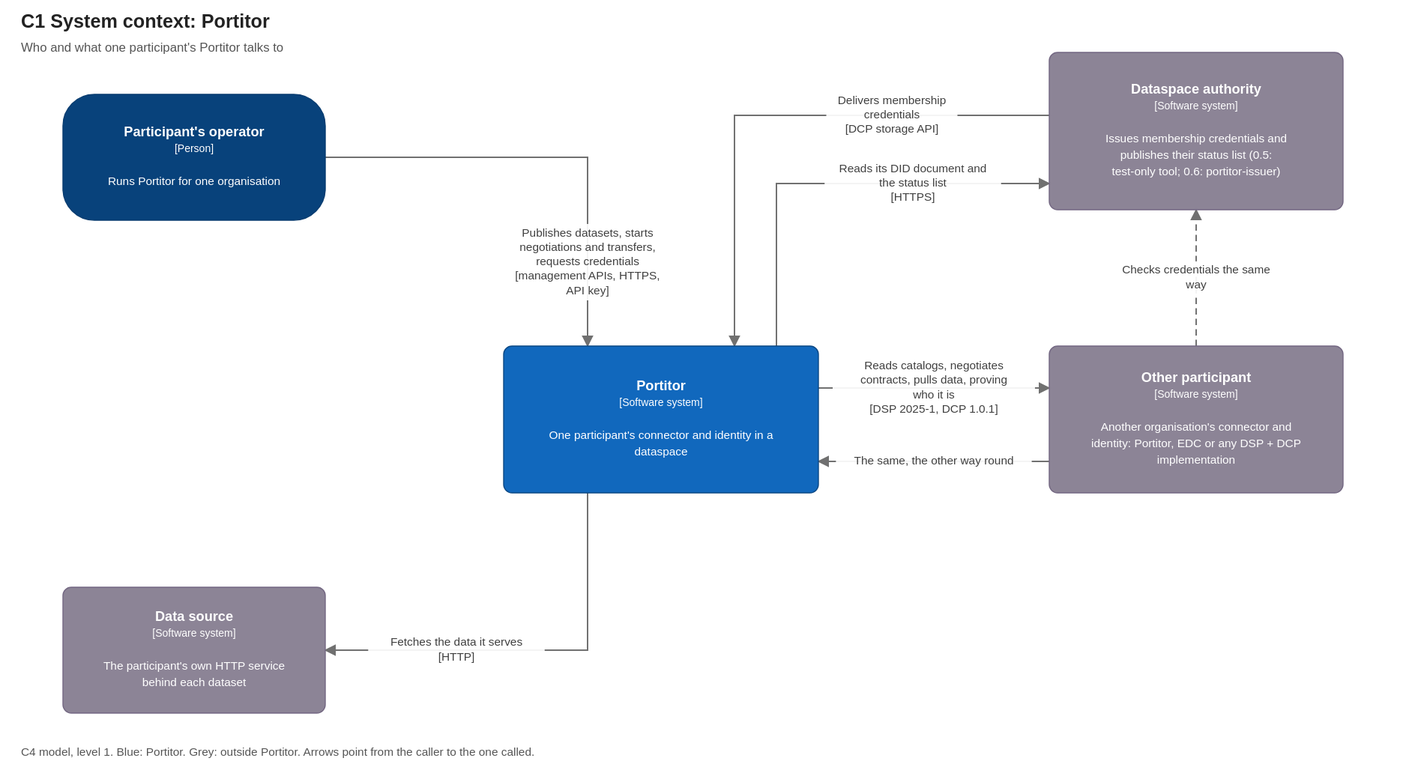
This is docs/diagrams/c1-system-context.drawio.svg from brunopacheco1/ldsc, a draw.io export, as it was before one commit. Source tidied: cells renumbered, new cells last; positions are measured from the earlier drawing's top-left corner, leaving out a move shared by most shapes. The source it was exported from:
```xml
<mxGraphModel background="#FFFFFF">
  <root>
    <mxCell id="0" />
    <mxCell id="1" parent="0" />
    <mxCell id="2" value="&lt;b&gt;Participant&amp;#x27;s operator&lt;/b&gt;&lt;br&gt;&lt;font style=&quot;font-size:10px&quot;&gt;[Person]&lt;/font&gt;&lt;br&gt;&lt;br&gt;&lt;font style=&quot;font-size:11px&quot;&gt;Runs Portitor for one organisation&lt;/font&gt;" style="rounded=1;arcSize=30;whiteSpace=wrap;html=1;fillColor=#08427B;strokeColor=#073B6F;fontColor=#FFFFFF;fontSize=13;align=center;verticalAlign=middle;c4Kind=person;c4Name=Participant's operator;" parent="1" vertex="1">
      <mxGeometry x="40" y="40" width="250" height="120" as="geometry" />
    </mxCell>
    <mxCell id="3" value="&lt;b&gt;Portitor&lt;/b&gt;&lt;br&gt;&lt;font style=&quot;font-size:10px&quot;&gt;[Software system]&lt;/font&gt;&lt;br&gt;&lt;br&gt;&lt;font style=&quot;font-size:11px&quot;&gt;One participant&amp;#x27;s connector and identity in a dataspace&lt;/font&gt;" style="rounded=1;arcSize=8;whiteSpace=wrap;html=1;fillColor=#1168BD;strokeColor=#0B4884;fontColor=#FFFFFF;fontSize=13;align=center;verticalAlign=middle;c4Kind=system;c4Name=Portitor;" parent="1" vertex="1">
      <mxGeometry x="460" y="280" width="300" height="140" as="geometry" />
    </mxCell>
    <mxCell id="4" value="&lt;b&gt;Data source&lt;/b&gt;&lt;br&gt;&lt;font style=&quot;font-size:10px&quot;&gt;[Software system]&lt;/font&gt;&lt;br&gt;&lt;br&gt;&lt;font style=&quot;font-size:11px&quot;&gt;The participant&amp;#x27;s own HTTP service behind each dataset&lt;/font&gt;" style="rounded=1;arcSize=8;whiteSpace=wrap;html=1;fillColor=#8C8496;strokeColor=#736782;fontColor=#FFFFFF;fontSize=13;align=center;verticalAlign=middle;c4Kind=external;c4Name=Data source;" parent="1" vertex="1">
      <mxGeometry x="40" y="510" width="250" height="120" as="geometry" />
    </mxCell>
    <mxCell id="5" value="&lt;b&gt;Other participant&lt;/b&gt;&lt;br&gt;&lt;font style=&quot;font-size:10px&quot;&gt;[Software system]&lt;/font&gt;&lt;br&gt;&lt;br&gt;&lt;font style=&quot;font-size:11px&quot;&gt;Another organisation&amp;#x27;s connector and identity: Portitor, EDC or any DSP + DCP implementation&lt;/font&gt;" style="rounded=1;arcSize=8;whiteSpace=wrap;html=1;fillColor=#8C8496;strokeColor=#736782;fontColor=#FFFFFF;fontSize=13;align=center;verticalAlign=middle;c4Kind=external;c4Name=Other participant;" parent="1" vertex="1">
      <mxGeometry x="980" y="280" width="280" height="140" as="geometry" />
    </mxCell>
    <mxCell id="6" value="&lt;b&gt;Dataspace authority&lt;/b&gt;&lt;br&gt;&lt;font style=&quot;font-size:10px&quot;&gt;[Software system]&lt;/font&gt;&lt;br&gt;&lt;br&gt;&lt;font style=&quot;font-size:11px&quot;&gt;Issues membership credentials and publishes their status list (0.5: test-only tool; 0.6: portitor-issuer)&lt;/font&gt;" style="rounded=1;arcSize=8;whiteSpace=wrap;html=1;fillColor=#8C8496;strokeColor=#736782;fontColor=#FFFFFF;fontSize=13;align=center;verticalAlign=middle;c4Kind=external;c4Name=Dataspace authority;" parent="1" vertex="1">
      <mxGeometry x="980" width="280" height="150" as="geometry" />
    </mxCell>
    <mxCell id="7" value="Publishes datasets, starts negotiations and transfers, requests credentials&#10;[management APIs, HTTPS, API key]" style="endArrow=blockThin;endFill=1;html=1;rounded=0;strokeColor=#707070;fontSize=11;fontColor=#404040;labelBackgroundColor=#FFFFFF;exitX=1.000;exitY=0.500;exitPerimeter=0;entryX=0.267;entryY=0.000;entryPerimeter=0;" parent="1" edge="1" source="2" target="3">
      <mxGeometry relative="1" as="geometry">
        <Array as="points">
          <mxPoint x="540" y="100" />
        </Array>
      </mxGeometry>
    </mxCell>
    <mxCell id="8" value="Delivers membership credentials&#10;[DCP storage API]" style="endArrow=blockThin;endFill=1;html=1;rounded=0;strokeColor=#707070;fontSize=11;fontColor=#404040;labelBackgroundColor=#FFFFFF;exitX=0.000;exitY=0.400;exitPerimeter=0;entryX=0.733;entryY=0.000;entryPerimeter=0;" parent="1" edge="1" source="6" target="3">
      <mxGeometry relative="1" as="geometry">
        <Array as="points">
          <mxPoint x="680" y="60" />
        </Array>
      </mxGeometry>
    </mxCell>
    <mxCell id="9" value="Reads its DID document and the status list&#10;[HTTPS]" style="endArrow=blockThin;endFill=1;html=1;rounded=0;strokeColor=#707070;fontSize=11;fontColor=#404040;labelBackgroundColor=#FFFFFF;exitX=0.867;exitY=0.000;exitPerimeter=0;entryX=0.000;entryY=0.833;entryPerimeter=0;" parent="1" edge="1" source="3" target="6">
      <mxGeometry relative="1" as="geometry">
        <Array as="points">
          <mxPoint x="720" y="125" />
        </Array>
      </mxGeometry>
    </mxCell>
    <mxCell id="10" value="Reads catalogs, negotiates contracts, pulls data, proving who it is&#10;[DSP 2025-1, DCP 1.0.1]" style="endArrow=blockThin;endFill=1;html=1;rounded=0;strokeColor=#707070;fontSize=11;fontColor=#404040;labelBackgroundColor=#FFFFFF;exitX=1.000;exitY=0.286;exitPerimeter=0;entryX=0.000;entryY=0.286;entryPerimeter=0;" parent="1" edge="1" source="3" target="5">
      <mxGeometry relative="1" as="geometry" />
    </mxCell>
    <mxCell id="11" value="The same, the other way round" style="endArrow=blockThin;endFill=1;html=1;rounded=0;strokeColor=#707070;fontSize=11;fontColor=#404040;labelBackgroundColor=#FFFFFF;exitX=0.000;exitY=0.786;exitPerimeter=0;entryX=1.000;entryY=0.786;entryPerimeter=0;" parent="1" edge="1" source="5" target="3">
      <mxGeometry relative="1" as="geometry" />
    </mxCell>
    <mxCell id="12" value="Fetches the data it serves&#10;[HTTP]" style="endArrow=blockThin;endFill=1;html=1;rounded=0;strokeColor=#707070;fontSize=11;fontColor=#404040;labelBackgroundColor=#FFFFFF;exitX=0.267;exitY=1.000;exitPerimeter=0;entryX=1.000;entryY=0.500;entryPerimeter=0;" parent="1" edge="1" source="3" target="4">
      <mxGeometry relative="1" as="geometry">
        <Array as="points">
          <mxPoint x="540" y="570" />
        </Array>
      </mxGeometry>
    </mxCell>
    <mxCell id="13" value="Checks credentials the same way" style="endArrow=blockThin;endFill=1;html=1;rounded=0;strokeColor=#707070;fontSize=11;fontColor=#404040;labelBackgroundColor=#FFFFFF;dashed=1;exitX=0.500;exitY=0.000;exitPerimeter=0;entryX=0.500;entryY=1.000;entryPerimeter=0;" parent="1" edge="1" source="5" target="6">
      <mxGeometry relative="1" as="geometry" />
    </mxCell>
    <mxCell id="14" value="C4 model, level 1. Blue: Portitor. Grey: outside Portitor. Arrows point from the caller to the one called." style="text;html=1;align=left;verticalAlign=top;fontSize=11;fontColor=#555555;whiteSpace=wrap;" parent="1" vertex="1">
      <mxGeometry y="650" width="1300" height="40" as="geometry" />
    </mxCell>
  </root>
</mxGraphModel>
```
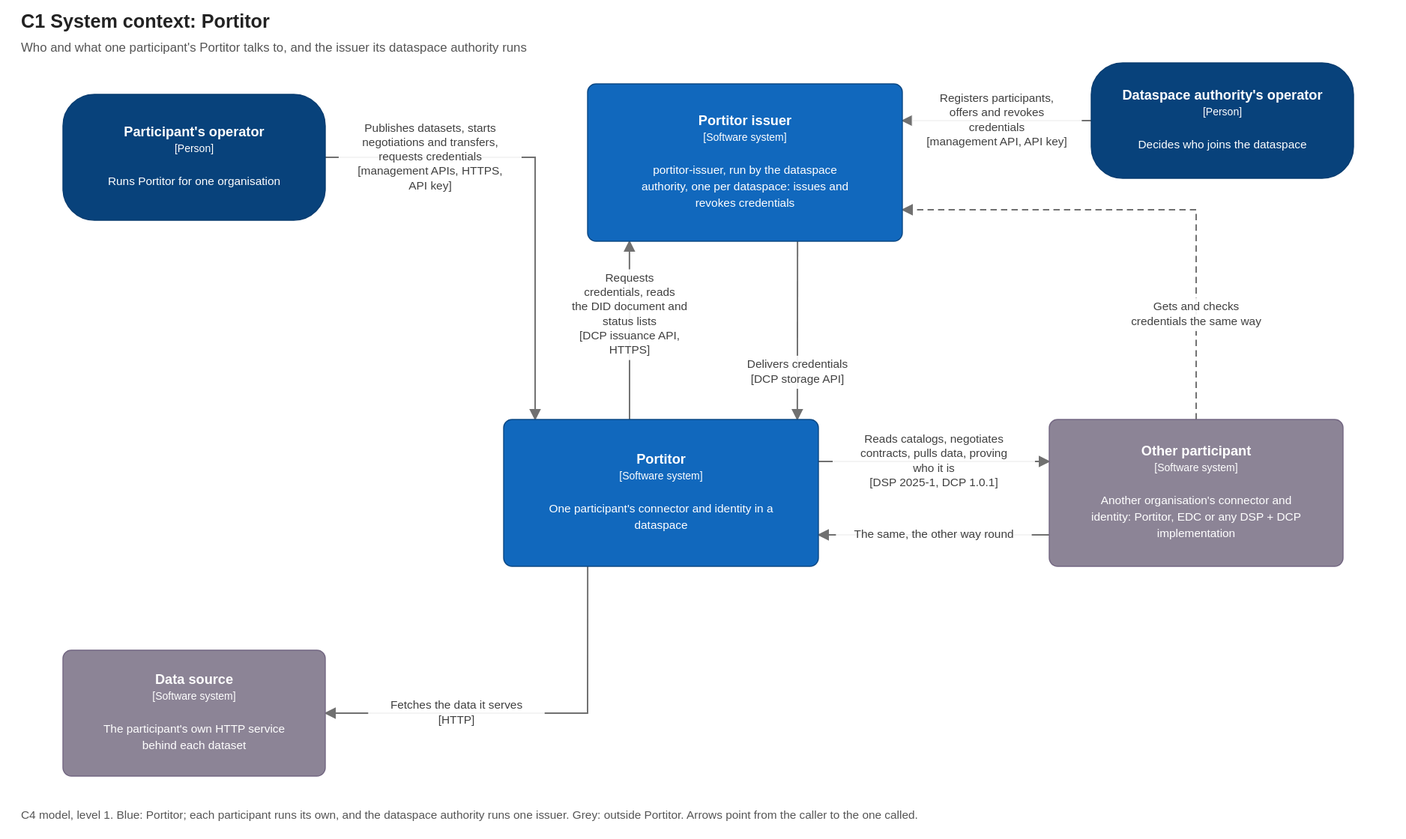
After the commit.

What changed in the source:
```diff
@@ -5,57 +5,59 @@
     <mxCell id="2" value="&lt;b&gt;Participant&amp;#x27;s operator&lt;/b&gt;&lt;br&gt;&lt;font style=&quot;font-size:10px&quot;&gt;[Person]&lt;/font&gt;&lt;br&gt;&lt;br&gt;&lt;font style=&quot;font-size:11px&quot;&gt;Runs Portitor for one organisation&lt;/font&gt;" style="rounded=1;arcSize=30;whiteSpace=wrap;html=1;fillColor=#08427B;strokeColor=#073B6F;fontColor=#FFFFFF;fontSize=13;align=center;verticalAlign=middle;c4Kind=person;c4Name=Participant's operator;" parent="1" vertex="1">
       <mxGeometry x="40" y="40" width="250" height="120" as="geometry" />
     </mxCell>
+    <mxCell id="15" value="&lt;b&gt;Portitor issuer&lt;/b&gt;&lt;br&gt;&lt;font style=&quot;font-size:10px&quot;&gt;[Software system]&lt;/font&gt;&lt;br&gt;&lt;br&gt;&lt;font style=&quot;font-size:11px&quot;&gt;portitor-issuer, run by the dataspace authority, one per dataspace: issues and revokes credentials&lt;/font&gt;" style="rounded=1;arcSize=8;whiteSpace=wrap;html=1;fillColor=#1168BD;strokeColor=#0B4884;fontColor=#FFFFFF;fontSize=13;align=center;verticalAlign=middle;c4Kind=system;c4Name=Portitor issuer;" parent="1" vertex="1">
+      <mxGeometry x="540" y="30" width="300" height="150" as="geometry" />
+    </mxCell>
+    <mxCell id="6" value="&lt;b&gt;Dataspace authority&amp;#x27;s operator&lt;/b&gt;&lt;br&gt;&lt;font style=&quot;font-size:10px&quot;&gt;[Person]&lt;/font&gt;&lt;br&gt;&lt;br&gt;&lt;font style=&quot;font-size:11px&quot;&gt;Decides who joins the dataspace&lt;/font&gt;" style="rounded=1;arcSize=30;whiteSpace=wrap;html=1;fillColor=#08427B;strokeColor=#073B6F;fontColor=#FFFFFF;fontSize=13;align=center;verticalAlign=middle;c4Kind=person;c4Name=Dataspace authority's operator;" parent="1" vertex="1">
+      <mxGeometry x="1020" y="10" width="250" height="110" as="geometry" />
+    </mxCell>
     <mxCell id="3" value="&lt;b&gt;Portitor&lt;/b&gt;&lt;br&gt;&lt;font style=&quot;font-size:10px&quot;&gt;[Software system]&lt;/font&gt;&lt;br&gt;&lt;br&gt;&lt;font style=&quot;font-size:11px&quot;&gt;One participant&amp;#x27;s connector and identity in a dataspace&lt;/font&gt;" style="rounded=1;arcSize=8;whiteSpace=wrap;html=1;fillColor=#1168BD;strokeColor=#0B4884;fontColor=#FFFFFF;fontSize=13;align=center;verticalAlign=middle;c4Kind=system;c4Name=Portitor;" parent="1" vertex="1">
-      <mxGeometry x="460" y="280" width="300" height="140" as="geometry" />
+      <mxGeometry x="460" y="350" width="300" height="140" as="geometry" />
     </mxCell>
+    <mxCell id="5" value="&lt;b&gt;Other participant&lt;/b&gt;&lt;br&gt;&lt;font style=&quot;font-size:10px&quot;&gt;[Software system]&lt;/font&gt;&lt;br&gt;&lt;br&gt;&lt;font style=&quot;font-size:11px&quot;&gt;Another organisation&amp;#x27;s connector and identity: Portitor, EDC or any DSP + DCP implementation&lt;/font&gt;" style="rounded=1;arcSize=8;whiteSpace=wrap;html=1;fillColor=#8C8496;strokeColor=#736782;fontColor=#FFFFFF;fontSize=13;align=center;verticalAlign=middle;c4Kind=external;c4Name=Other participant;" parent="1" vertex="1">
+      <mxGeometry x="980" y="350" width="280" height="140" as="geometry" />
+    </mxCell>
     <mxCell id="4" value="&lt;b&gt;Data source&lt;/b&gt;&lt;br&gt;&lt;font style=&quot;font-size:10px&quot;&gt;[Software system]&lt;/font&gt;&lt;br&gt;&lt;br&gt;&lt;font style=&quot;font-size:11px&quot;&gt;The participant&amp;#x27;s own HTTP service behind each dataset&lt;/font&gt;" style="rounded=1;arcSize=8;whiteSpace=wrap;html=1;fillColor=#8C8496;strokeColor=#736782;fontColor=#FFFFFF;fontSize=13;align=center;verticalAlign=middle;c4Kind=external;c4Name=Data source;" parent="1" vertex="1">
-      <mxGeometry x="40" y="510" width="250" height="120" as="geometry" />
+      <mxGeometry x="40" y="570" width="250" height="120" as="geometry" />
     </mxCell>
-    <mxCell id="5" value="&lt;b&gt;Other participant&lt;/b&gt;&lt;br&gt;&lt;font style=&quot;font-size:10px&quot;&gt;[Software system]&lt;/font&gt;&lt;br&gt;&lt;br&gt;&lt;font style=&quot;font-size:11px&quot;&gt;Another organisation&amp;#x27;s connector and identity: Portitor, EDC or any DSP + DCP implementation&lt;/font&gt;" style="rounded=1;arcSize=8;whiteSpace=wrap;html=1;fillColor=#8C8496;strokeColor=#736782;fontColor=#FFFFFF;fontSize=13;align=center;verticalAlign=middle;c4Kind=external;c4Name=Other participant;" parent="1" vertex="1">
-      <mxGeometry x="980" y="280" width="280" height="140" as="geometry" />
-    </mxCell>
-    <mxCell id="6" value="&lt;b&gt;Dataspace authority&lt;/b&gt;&lt;br&gt;&lt;font style=&quot;font-size:10px&quot;&gt;[Software system]&lt;/font&gt;&lt;br&gt;&lt;br&gt;&lt;font style=&quot;font-size:11px&quot;&gt;Issues membership credentials and publishes their status list (0.5: test-only tool; 0.6: portitor-issuer)&lt;/font&gt;" style="rounded=1;arcSize=8;whiteSpace=wrap;html=1;fillColor=#8C8496;strokeColor=#736782;fontColor=#FFFFFF;fontSize=13;align=center;verticalAlign=middle;c4Kind=external;c4Name=Dataspace authority;" parent="1" vertex="1">
-      <mxGeometry x="980" width="280" height="150" as="geometry" />
-    </mxCell>
-    <mxCell id="7" value="Publishes datasets, starts negotiations and transfers, requests credentials&#10;[management APIs, HTTPS, API key]" style="endArrow=blockThin;endFill=1;html=1;rounded=0;strokeColor=#707070;fontSize=11;fontColor=#404040;labelBackgroundColor=#FFFFFF;exitX=1.000;exitY=0.500;exitPerimeter=0;entryX=0.267;entryY=0.000;entryPerimeter=0;" parent="1" edge="1" source="2" target="3">
+    <mxCell id="7" value="Publishes datasets, starts negotiations and transfers, requests credentials&#10;[management APIs, HTTPS, API key]" style="endArrow=blockThin;endFill=1;html=1;rounded=0;strokeColor=#707070;fontSize=11;fontColor=#404040;labelBackgroundColor=#FFFFFF;exitX=1.000;exitY=0.500;exitPerimeter=0;entryX=0.100;entryY=0.000;entryPerimeter=0;" parent="1" edge="1" source="2" target="3">
       <mxGeometry relative="1" as="geometry">
         <Array as="points">
-          <mxPoint x="540" y="100" />
+          <mxPoint x="490" y="100" />
         </Array>
       </mxGeometry>
     </mxCell>
-    <mxCell id="8" value="Delivers membership credentials&#10;[DCP storage API]" style="endArrow=blockThin;endFill=1;html=1;rounded=0;strokeColor=#707070;fontSize=11;fontColor=#404040;labelBackgroundColor=#FFFFFF;exitX=0.000;exitY=0.400;exitPerimeter=0;entryX=0.733;entryY=0.000;entryPerimeter=0;" parent="1" edge="1" source="6" target="3">
-      <mxGeometry relative="1" as="geometry">
-        <Array as="points">
-          <mxPoint x="680" y="60" />
-        </Array>
-      </mxGeometry>
+    <mxCell id="8" value="Requests credentials, reads the DID document and status lists&#10;[DCP issuance API, HTTPS]" style="endArrow=blockThin;endFill=1;html=1;rounded=0;strokeColor=#707070;fontSize=11;fontColor=#404040;labelBackgroundColor=#FFFFFF;exitX=0.400;exitY=0.000;exitPerimeter=0;entryX=0.133;entryY=1.000;entryPerimeter=0;" parent="1" edge="1" source="3" target="15">
+      <mxGeometry relative="1" as="geometry" />
     </mxCell>
-    <mxCell id="9" value="Reads its DID document and the status list&#10;[HTTPS]" style="endArrow=blockThin;endFill=1;html=1;rounded=0;strokeColor=#707070;fontSize=11;fontColor=#404040;labelBackgroundColor=#FFFFFF;exitX=0.867;exitY=0.000;exitPerimeter=0;entryX=0.000;entryY=0.833;entryPerimeter=0;" parent="1" edge="1" source="3" target="6">
-      <mxGeometry relative="1" as="geometry">
-        <Array as="points">
-          <mxPoint x="720" y="125" />
-        </Array>
-      </mxGeometry>
+    <mxCell id="9" value="Delivers credentials&#10;[DCP storage API]" style="endArrow=blockThin;endFill=1;html=1;rounded=0;strokeColor=#707070;fontSize=11;fontColor=#404040;labelBackgroundColor=#FFFFFF;exitX=0.667;exitY=1.000;exitPerimeter=0;entryX=0.933;entryY=0.000;entryPerimeter=0;" parent="1" edge="1" source="15" target="3">
+      <mxGeometry relative="1" as="geometry" />
     </mxCell>
-    <mxCell id="10" value="Reads catalogs, negotiates contracts, pulls data, proving who it is&#10;[DSP 2025-1, DCP 1.0.1]" style="endArrow=blockThin;endFill=1;html=1;rounded=0;strokeColor=#707070;fontSize=11;fontColor=#404040;labelBackgroundColor=#FFFFFF;exitX=1.000;exitY=0.286;exitPerimeter=0;entryX=0.000;entryY=0.286;entryPerimeter=0;" parent="1" edge="1" source="3" target="5">
+    <mxCell id="10" value="Registers participants, offers and revokes credentials&#10;[management API, API key]" style="endArrow=blockThin;endFill=1;html=1;rounded=0;strokeColor=#707070;fontSize=11;fontColor=#404040;labelBackgroundColor=#FFFFFF;exitX=0.000;exitY=0.500;exitPerimeter=0;entryX=1.000;entryY=0.233;entryPerimeter=0;" parent="1" edge="1" source="6" target="15">
       <mxGeometry relative="1" as="geometry" />
     </mxCell>
-    <mxCell id="11" value="The same, the other way round" style="endArrow=blockThin;endFill=1;html=1;rounded=0;strokeColor=#707070;fontSize=11;fontColor=#404040;labelBackgroundColor=#FFFFFF;exitX=0.000;exitY=0.786;exitPerimeter=0;entryX=1.000;entryY=0.786;entryPerimeter=0;" parent="1" edge="1" source="5" target="3">
+    <mxCell id="11" value="Reads catalogs, negotiates contracts, pulls data, proving who it is&#10;[DSP 2025-1, DCP 1.0.1]" style="endArrow=blockThin;endFill=1;html=1;rounded=0;strokeColor=#707070;fontSize=11;fontColor=#404040;labelBackgroundColor=#FFFFFF;exitX=1.000;exitY=0.286;exitPerimeter=0;entryX=0.000;entryY=0.286;entryPerimeter=0;" parent="1" edge="1" source="3" target="5">
       <mxGeometry relative="1" as="geometry" />
     </mxCell>
-    <mxCell id="12" value="Fetches the data it serves&#10;[HTTP]" style="endArrow=blockThin;endFill=1;html=1;rounded=0;strokeColor=#707070;fontSize=11;fontColor=#404040;labelBackgroundColor=#FFFFFF;exitX=0.267;exitY=1.000;exitPerimeter=0;entryX=1.000;entryY=0.500;entryPerimeter=0;" parent="1" edge="1" source="3" target="4">
-      <mxGeometry relative="1" as="geometry">
-        <Array as="points">
-          <mxPoint x="540" y="570" />
-        </Array>
-      </mxGeometry>
+    <mxCell id="12" value="The same, the other way round" style="endArrow=blockThin;endFill=1;html=1;rounded=0;strokeColor=#707070;fontSize=11;fontColor=#404040;labelBackgroundColor=#FFFFFF;exitX=0.000;exitY=0.786;exitPerimeter=0;entryX=1.000;entryY=0.786;entryPerimeter=0;" parent="1" edge="1" source="5" target="3">
+      <mxGeometry relative="1" as="geometry" />
     </mxCell>
-    <mxCell id="13" value="Checks credentials the same way" style="endArrow=blockThin;endFill=1;html=1;rounded=0;strokeColor=#707070;fontSize=11;fontColor=#404040;labelBackgroundColor=#FFFFFF;dashed=1;exitX=0.500;exitY=0.000;exitPerimeter=0;entryX=0.500;entryY=1.000;entryPerimeter=0;" parent="1" edge="1" source="5" target="6">
-      <mxGeometry relative="1" as="geometry" />
+    <mxCell id="13" value="Gets and checks credentials the same way" style="endArrow=blockThin;endFill=1;html=1;rounded=0;strokeColor=#707070;fontSize=11;fontColor=#404040;labelBackgroundColor=#FFFFFF;dashed=1;exitX=0.500;exitY=0.000;exitPerimeter=0;entryX=1.000;entryY=0.800;entryPerimeter=0;" parent="1" edge="1" source="5" target="15">
+      <mxGeometry relative="1" as="geometry">
+        <Array as="points">
+          <mxPoint x="1120" y="150" />
+        </Array>
+      </mxGeometry>
     </mxCell>
+    <mxCell id="16" value="Fetches the data it serves&#10;[HTTP]" style="endArrow=blockThin;endFill=1;html=1;rounded=0;strokeColor=#707070;fontSize=11;fontColor=#404040;labelBackgroundColor=#FFFFFF;exitX=0.267;exitY=1.000;exitPerimeter=0;entryX=1.000;entryY=0.500;entryPerimeter=0;" parent="1" edge="1" source="3" target="4">
+      <mxGeometry relative="1" as="geometry">
+        <Array as="points">
+          <mxPoint x="540" y="630" />
+        </Array>
+      </mxGeometry>
+    </mxCell>
-    <mxCell id="14" value="C4 model, level 1. Blue: Portitor. Grey: outside Portitor. Arrows point from the caller to the one called." style="text;html=1;align=left;verticalAlign=top;fontSize=11;fontColor=#555555;whiteSpace=wrap;" parent="1" vertex="1">
-      <mxGeometry y="650" width="1300" height="40" as="geometry" />
+    <mxCell id="14" value="C4 model, level 1. Blue: Portitor; each participant runs its own, and the dataspace authority runs one issuer. Grey: outside Portitor. Arrows point from the caller to the one called." style="text;html=1;align=left;verticalAlign=top;fontSize=11;fontColor=#555555;whiteSpace=wrap;" parent="1" vertex="1">
+      <mxGeometry y="710" width="1300" height="40" as="geometry" />
     </mxCell>
   </root>
 </mxGraphModel>
```
